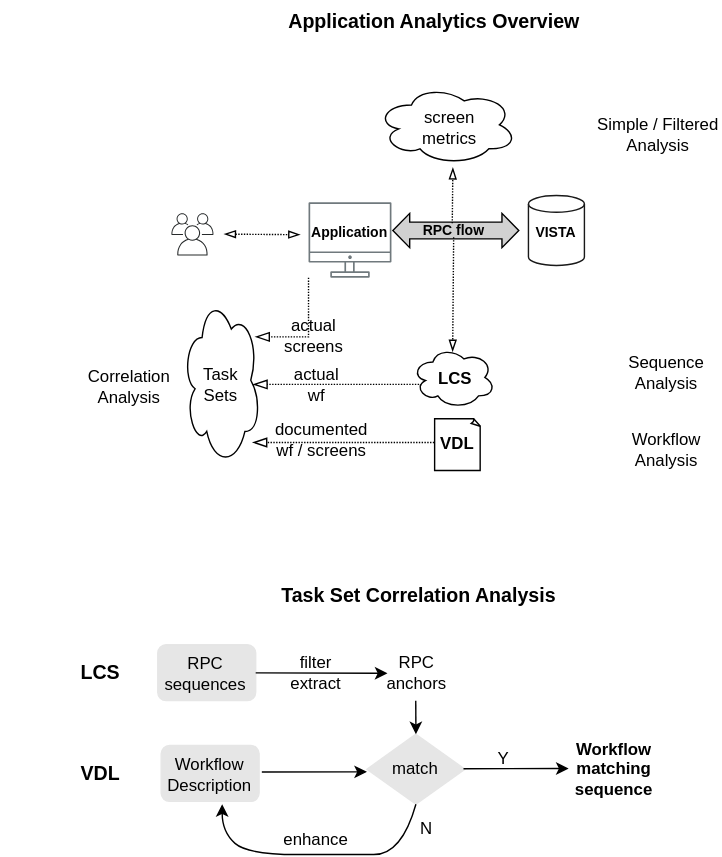
Above: vaa-analyses.svg in cloudvista/vaa (draw.io), before the change. Source tidied: cells renumbered, new cells last; positions are measured from the earlier drawing's top-left corner, leaving out a move shared by most shapes.
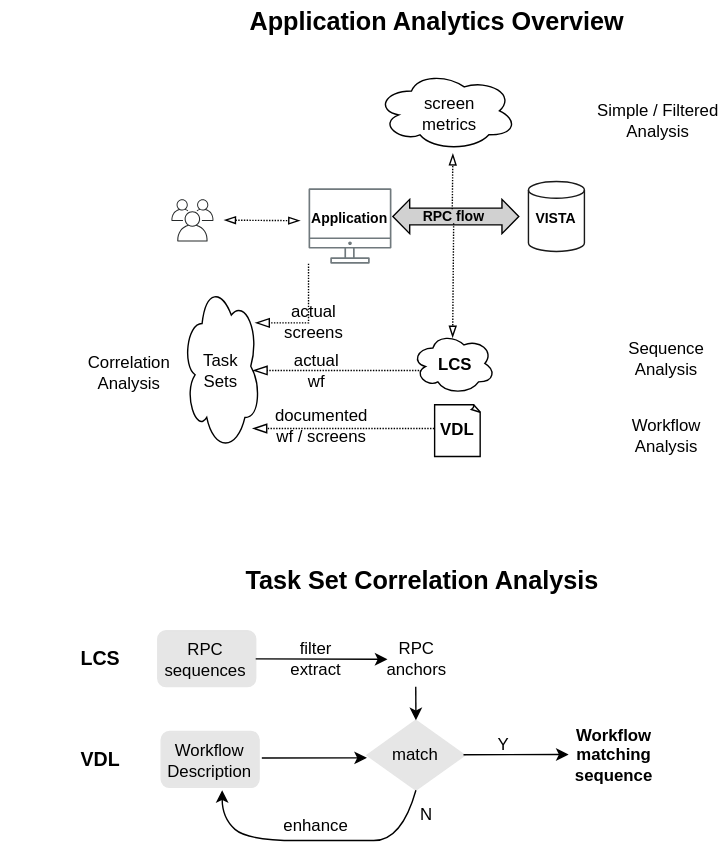
Above is the later version.

Diff of the diagram source:
```diff
@@ -152,8 +152,8 @@
     <mxCell id="41" value="N" style="text;strokeColor=none;align=center;fillColor=none;html=1;verticalAlign=middle;whiteSpace=wrap;rounded=0;" parent="1" vertex="1">
       <mxGeometry x="282.6" y="581.1" width="43" height="20.9" as="geometry" />
     </mxCell>
-    <mxCell id="42" value="&lt;b&gt;&lt;font style=&quot;font-size: 14px;&quot;&gt;Task Set Correlation Analysis&lt;/font&gt;&lt;/b&gt;" style="text;strokeColor=none;align=center;fillColor=none;html=1;verticalAlign=middle;whiteSpace=wrap;rounded=0;" parent="1" vertex="1">
-      <mxGeometry x="173.2" y="410" width="251.8" height="29.1" as="geometry" />
+    <mxCell id="42" value="&lt;b&gt;&lt;font style=&quot;font-size: 18px;&quot;&gt;Task Set Correlation Analysis&lt;/font&gt;&lt;/b&gt;" style="text;strokeColor=none;align=center;fillColor=none;html=1;verticalAlign=middle;whiteSpace=wrap;rounded=0;" parent="1" vertex="1">
+      <mxGeometry x="162.6" y="410" width="276.8" height="29.1" as="geometry" />
     </mxCell>
     <mxCell id="43" value="Sequence&lt;br&gt;Analysis" style="text;strokeColor=none;align=center;fillColor=none;html=1;verticalAlign=middle;whiteSpace=wrap;rounded=0;" parent="1" vertex="1">
       <mxGeometry x="446.3" y="251" width="60" height="30" as="geometry" />
@@ -194,8 +194,8 @@
     <mxCell id="51" value="actual &lt;br&gt;wf" style="text;strokeColor=none;align=center;fillColor=none;html=1;verticalAlign=middle;whiteSpace=wrap;rounded=0;" parent="1" vertex="1">
       <mxGeometry x="189.1" y="263.5" width="74.4" height="21" as="geometry" />
     </mxCell>
-    <mxCell id="52" value="&lt;b&gt;&lt;font style=&quot;font-size: 14px;&quot;&gt;Application Analytics Overview&lt;/font&gt;&lt;/b&gt;" style="text;strokeColor=none;align=center;fillColor=none;html=1;verticalAlign=middle;whiteSpace=wrap;rounded=0;" parent="1" vertex="1">
-      <mxGeometry x="182.2" width="255.9" height="29.1" as="geometry" />
+    <mxCell id="52" value="&lt;b&gt;&lt;font style=&quot;font-size: 18px;&quot;&gt;Application Analytics Overview&lt;/font&gt;&lt;/b&gt;" style="text;strokeColor=none;align=center;fillColor=none;html=1;verticalAlign=middle;whiteSpace=wrap;rounded=0;" parent="1" vertex="1">
+      <mxGeometry x="162.6" y="10" width="297.8" height="29.1" as="geometry" />
     </mxCell>
   </root>
 </mxGraphModel>
```
